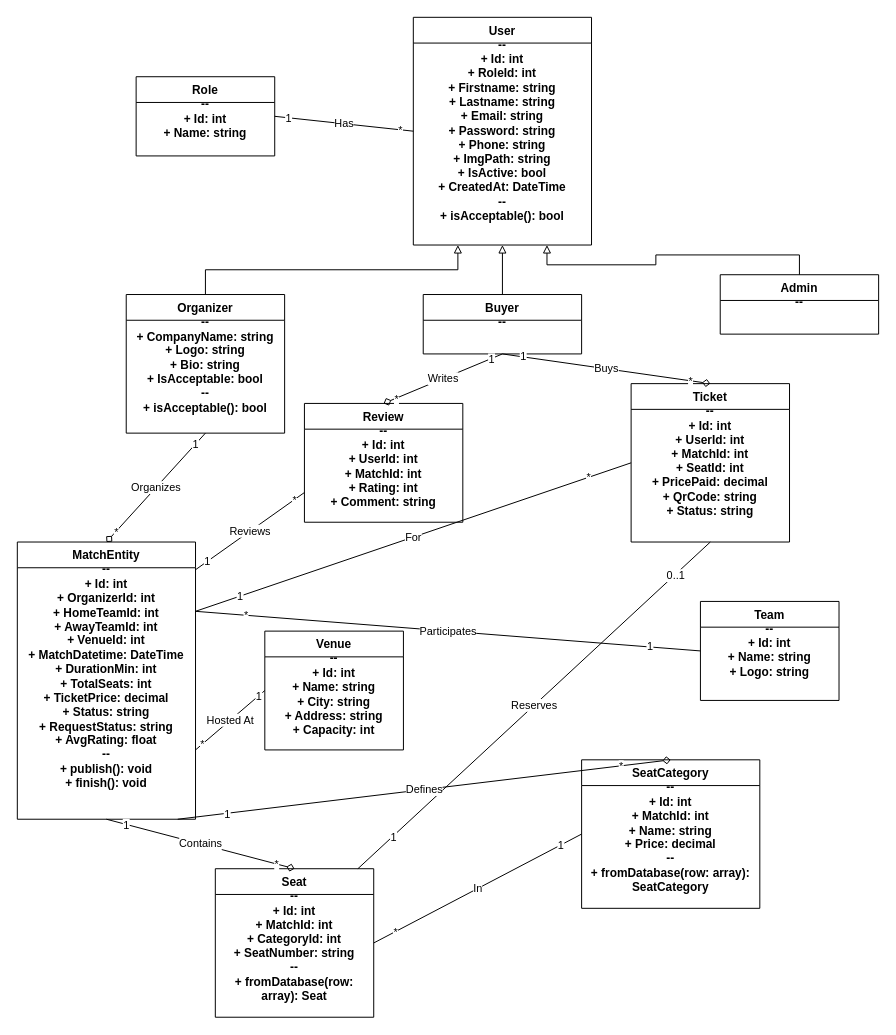
hamzalafsioui/BuyMatch keeps this draw.io diagram as docs/uml.drawio. Above is the earlier version. Source tidied: cells renumbered, new cells numbered last; positions are measured from the earlier drawing's top-left corner, leaving out a move shared by most shapes. Both pictures are drawn from the tidied source at 99%, with x=0, y=0 at pixel (17, 17).
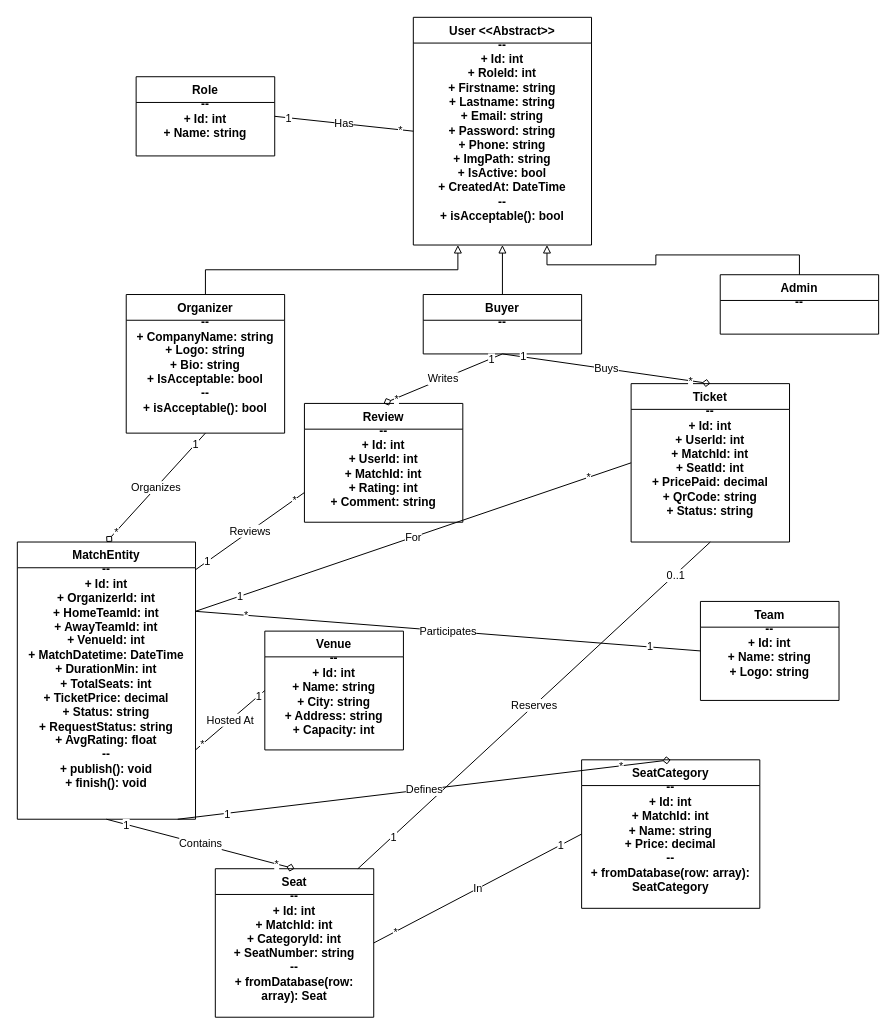
After the change.

Commit message:
Diagram de Class [UML]

The edit, as a diff of the source:
```diff
@@
-    <mxCell id="2" value="User&#10;--&#10;+ Id: int&#10;+ RoleId: int&#10;+ Firstname: string&#10;+ Lastname: string&#10;+ Email: string&#10;+ Password: string&#10;+ Phone: string&#10;+ ImgPath: string&#10;+ IsActive: bool&#10;+ CreatedAt: DateTime&#10;--&#10;+ isAcceptable(): bool" style="swimlane;fontStyle=1;align=center;verticalAlign=top;horizontal=1;startSize=26;whiteSpace=wrap;html=1;" parent="1" vertex="1">
+    <mxCell id="2" value="User &amp;lt;&amp;lt;Abstract&amp;gt;&amp;gt;&lt;br&gt;--&lt;br&gt;+ Id: int&lt;br&gt;+ RoleId: int&lt;br&gt;+ Firstname: string&lt;br&gt;+ Lastname: string&lt;br&gt;+ Email: string&lt;br&gt;+ Password: string&lt;br&gt;+ Phone: string&lt;br&gt;+ ImgPath: string&lt;br&gt;+ IsActive: bool&lt;br&gt;+ CreatedAt: DateTime&lt;br&gt;--&lt;br&gt;+ isAcceptable(): bool" style="swimlane;fontStyle=1;align=center;verticalAlign=top;horizontal=1;startSize=26;whiteSpace=wrap;html=1;" parent="1" vertex="1">
       <mxGeometry x="400" width="180" height="230" as="geometry" />
     </mxCell>
```
